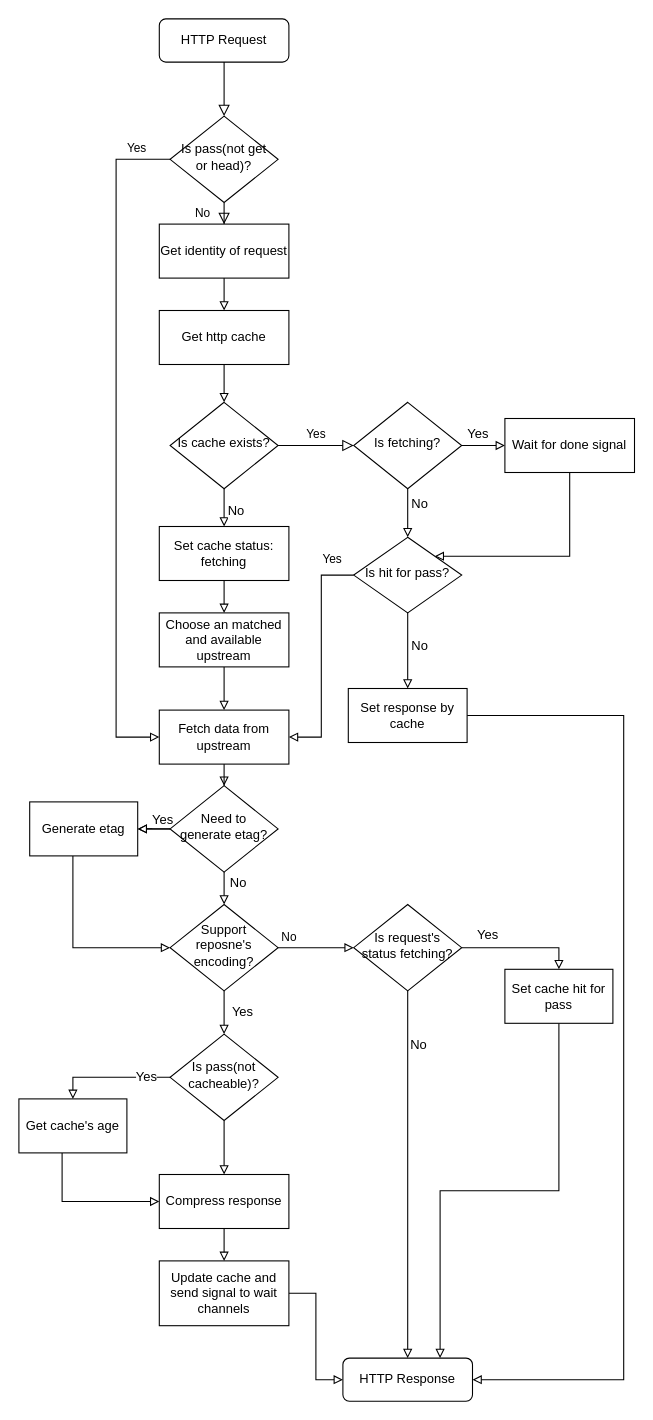
vicanso/pike keeps this draw.io diagram as docs/flow.drawio. Above is the earlier version. Source tidied: cells renumbered, new cells numbered last; positions are measured from the earlier drawing's top-left corner, leaving out a move shared by most shapes. Both pictures are drawn from the tidied source at 108%, with x=0, y=0 at pixel (18, 18).
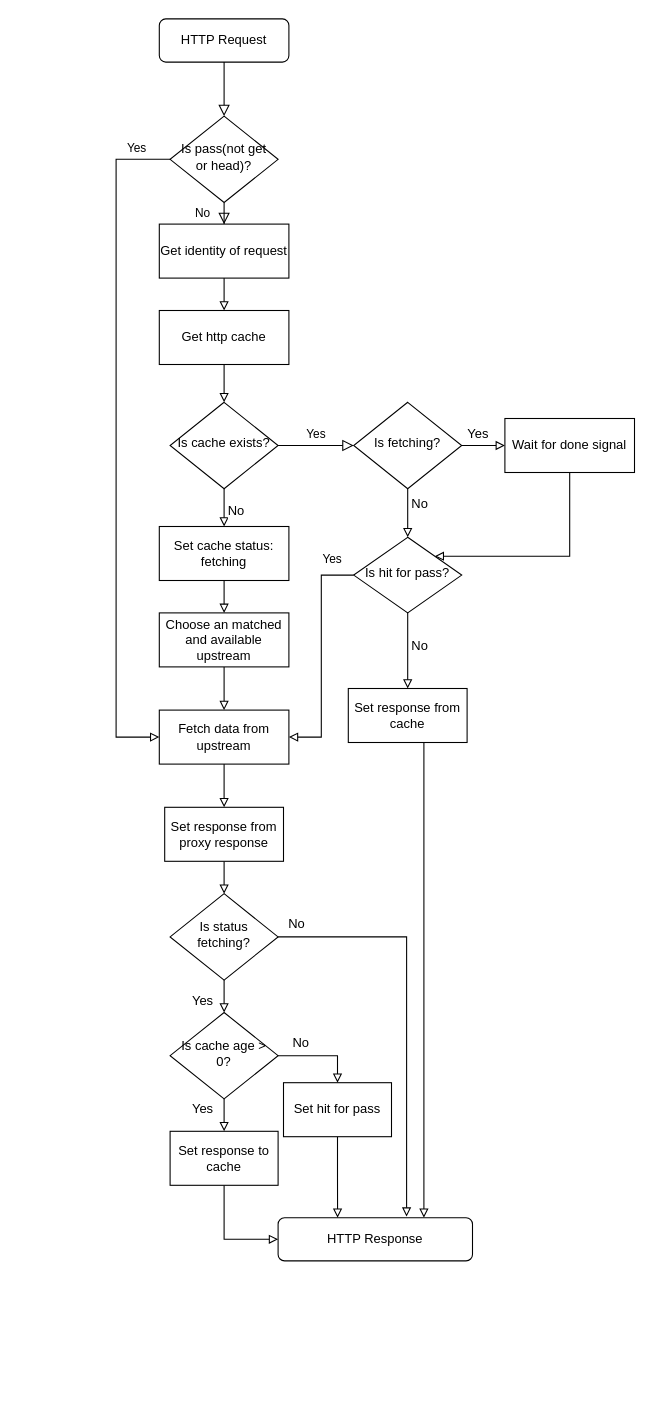
The same page after the edit.

The change refers to these unchanged cells:
```xml
<mxCell id="20" value="Fetch data from upstream" style="rounded=0;whiteSpace=wrap;html=1;" parent="1" vertex="1">
  <mxGeometry x="130" y="640" width="120" height="50" as="geometry" />
</mxCell>
```

Diff of the diagram source:
```diff
@@
-    <mxCell id="11" value="HTTP Response" style="rounded=1;whiteSpace=wrap;html=1;fontSize=12;glass=0;strokeWidth=1;shadow=0;" parent="1" vertex="1">
-      <mxGeometry x="300" y="1240" width="120" height="40" as="geometry" />
-    </mxCell>
@@
-    <mxCell id="19" style="edgeStyle=orthogonalEdgeStyle;rounded=0;jettySize=auto;html=1;exitX=0.5;exitY=1;exitDx=0;exitDy=0;endArrow=block;endFill=0;" parent="1" edge="1" source="20" target="42">
-      <mxGeometry relative="1" as="geometry" />
-    </mxCell>
+    <mxCell id="66" style="edgeStyle=orthogonalEdgeStyle;rounded=0;jettySize=auto;html=1;endArrow=block;endFill=0;" parent="1" edge="1" source="20" target="68">
+      <mxGeometry relative="1" as="geometry" />
+    </mxCell>
@@
-    <mxCell id="21" style="edgeStyle=orthogonalEdgeStyle;rounded=0;jettySize=auto;html=1;entryX=0;entryY=0.5;entryDx=0;entryDy=0;endArrow=block;endFill=0;" parent="1" edge="1" source="22" target="11">
-      <mxGeometry relative="1" as="geometry" />
-    </mxCell>
-    <mxCell id="22" value="Update cache and send signal to wait channels" style="rounded=0;whiteSpace=wrap;html=1;" parent="1" vertex="1">
-      <mxGeometry x="130" y="1150" width="120" height="60" as="geometry" />
-    </mxCell>
@@
-    <mxCell id="37" style="edgeStyle=orthogonalEdgeStyle;rounded=0;jettySize=auto;html=1;endArrow=block;endFill=0;" parent="1" edge="1" source="42" target="44">
-      <mxGeometry relative="1" as="geometry" />
-    </mxCell>
-    <mxCell id="38" value="Yes" style="text;html=1;align=center;verticalAlign=middle;labelBackgroundColor=#ffffff;" parent="37" vertex="1">
-      <mxGeometry x="0.2" y="-3" relative="1" as="geometry">
-        <mxPoint x="2" y="-6" as="offset" />
-      </mxGeometry>
-    </mxCell>
-    <mxCell id="39" style="edgeStyle=orthogonalEdgeStyle;rounded=0;jettySize=auto;html=1;endArrow=block;endFill=0;" parent="1" edge="1" source="42" target="44">
-      <mxGeometry relative="1" as="geometry" />
-    </mxCell>
-    <mxCell id="40" style="edgeStyle=orthogonalEdgeStyle;rounded=0;jettySize=auto;html=1;endArrow=block;endFill=0;" parent="1" edge="1" source="42" target="48">
-      <mxGeometry relative="1" as="geometry" />
-    </mxCell>
-    <mxCell id="41" value="No" style="text;html=1;align=center;verticalAlign=middle;labelBackgroundColor=#ffffff;" parent="40" vertex="1">
-      <mxGeometry x="0.48" y="3" relative="1" as="geometry">
-        <mxPoint x="9" y="-8" as="offset" />
-      </mxGeometry>
-    </mxCell>
-    <mxCell id="42" value="Need to generate etag?" style="rhombus;whiteSpace=wrap;html=1;shadow=0;fontFamily=Helvetica;fontSize=12;align=center;strokeWidth=1;spacing=6;spacingTop=-4;" parent="1" vertex="1">
-      <mxGeometry x="140" y="710" width="100" height="80" as="geometry" />
-    </mxCell>
-    <mxCell id="43" style="edgeStyle=orthogonalEdgeStyle;rounded=0;jettySize=auto;html=1;entryX=0;entryY=0.5;entryDx=0;entryDy=0;endArrow=block;endFill=0;" parent="1" edge="1" source="44" target="48">
-      <mxGeometry relative="1" as="geometry">
-        <Array as="points">
-          <mxPoint x="50" y="860" />
-        </Array>
-      </mxGeometry>
-    </mxCell>
-    <mxCell id="44" value="Generate etag" style="rounded=0;whiteSpace=wrap;html=1;" parent="1" vertex="1">
-      <mxGeometry x="10" y="725" width="100" height="50" as="geometry" />
-    </mxCell>
-    <mxCell id="45" value="No" style="edgeStyle=orthogonalEdgeStyle;rounded=0;orthogonalLoop=1;jettySize=auto;html=1;exitX=1;exitY=0.5;exitDx=0;exitDy=0;entryX=0;entryY=0.5;entryDx=0;entryDy=0;endArrow=block;endFill=0;" parent="1" edge="1">
-      <mxGeometry x="-0.71" y="10" relative="1" as="geometry">
-        <mxPoint x="240" y="860" as="sourcePoint" />
-        <mxPoint x="310" y="860" as="targetPoint" />
-      </mxGeometry>
-    </mxCell>
-    <mxCell id="46" style="edgeStyle=orthogonalEdgeStyle;rounded=0;jettySize=auto;html=1;exitX=0.5;exitY=1;exitDx=0;exitDy=0;endArrow=block;endFill=0;" parent="1" edge="1" source="48" target="61">
-      <mxGeometry relative="1" as="geometry" />
-    </mxCell>
-    <mxCell id="47" value="Yes" style="text;html=1;align=center;verticalAlign=middle;labelBackgroundColor=#ffffff;" parent="46" vertex="1">
-      <mxGeometry x="-0.05" y="-1" relative="1" as="geometry">
-        <mxPoint x="17" as="offset" />
-      </mxGeometry>
-    </mxCell>
-    <mxCell id="48" value="Support reposne's encoding?" style="rhombus;whiteSpace=wrap;html=1;shadow=0;fontFamily=Helvetica;fontSize=12;align=center;strokeWidth=1;spacing=6;spacingTop=-4;" parent="1" vertex="1">
-      <mxGeometry x="140" y="820" width="100" height="80" as="geometry" />
-    </mxCell>
-    <mxCell id="49" style="edgeStyle=orthogonalEdgeStyle;rounded=0;jettySize=auto;html=1;exitX=0.5;exitY=1;exitDx=0;exitDy=0;endArrow=block;endFill=0;" parent="1" edge="1" source="53" target="11">
-      <mxGeometry relative="1" as="geometry" />
-    </mxCell>
-    <mxCell id="50" value="No" style="text;html=1;align=center;verticalAlign=middle;labelBackgroundColor=#ffffff;" parent="49" vertex="1">
-      <mxGeometry x="-0.65" y="3" relative="1" as="geometry">
-        <mxPoint x="6" y="-10" as="offset" />
-      </mxGeometry>
-    </mxCell>
-    <mxCell id="51" style="edgeStyle=orthogonalEdgeStyle;rounded=0;jettySize=auto;html=1;exitX=1;exitY=0.5;exitDx=0;exitDy=0;entryX=0.5;entryY=0;entryDx=0;entryDy=0;endArrow=block;endFill=0;" parent="1" edge="1" source="53" target="55">
-      <mxGeometry relative="1" as="geometry">
-        <Array as="points">
-          <mxPoint x="500" y="860" />
-        </Array>
-      </mxGeometry>
-    </mxCell>
-    <mxCell id="52" value="Yes" style="text;html=1;align=center;verticalAlign=middle;labelBackgroundColor=#ffffff;" parent="51" vertex="1">
-      <mxGeometry x="-0.58" relative="1" as="geometry">
-        <mxPoint y="-13" as="offset" />
-      </mxGeometry>
-    </mxCell>
-    <mxCell id="53" value="Is request's status fetching?" style="rhombus;whiteSpace=wrap;html=1;shadow=0;fontFamily=Helvetica;fontSize=12;align=center;strokeWidth=1;spacing=6;spacingTop=-4;" parent="1" vertex="1">
-      <mxGeometry x="310" y="820" width="100" height="80" as="geometry" />
-    </mxCell>
-    <mxCell id="54" style="edgeStyle=orthogonalEdgeStyle;rounded=0;jettySize=auto;html=1;entryX=0.75;entryY=0;entryDx=0;entryDy=0;endArrow=block;endFill=0;exitX=0.5;exitY=1;exitDx=0;exitDy=0;" parent="1" edge="1" source="55" target="11">
-      <mxGeometry relative="1" as="geometry" />
-    </mxCell>
-    <mxCell id="55" value="Set cache hit for pass" style="rounded=0;whiteSpace=wrap;html=1;" parent="1" vertex="1">
-      <mxGeometry x="450" y="880" width="100" height="50" as="geometry" />
-    </mxCell>
-    <mxCell id="56" style="edgeStyle=orthogonalEdgeStyle;rounded=0;jettySize=auto;html=1;exitX=1;exitY=0.5;exitDx=0;exitDy=0;endArrow=block;endFill=0;entryX=1;entryY=0.5;entryDx=0;entryDy=0;" parent="1" edge="1" source="57" target="11">
+    <mxCell id="56" style="edgeStyle=orthogonalEdgeStyle;rounded=0;jettySize=auto;html=1;entryX=0.75;entryY=0;entryDx=0;entryDy=0;endArrow=block;endFill=0;strokeColor=#000000;" parent="1" edge="1" source="57" target="11">
       <mxGeometry relative="1" as="geometry">
         <Array as="points">
-          <mxPoint x="560" y="645" />
-          <mxPoint x="560" y="1260" />
+          <mxPoint x="375" y="780" />
+          <mxPoint x="375" y="780" />
         </Array>
       </mxGeometry>
     </mxCell>
-    <mxCell id="57" value="Set response by cache" style="rounded=0;whiteSpace=wrap;html=1;" parent="1" vertex="1">
+    <mxCell id="57" value="Set response from cache" style="rounded=0;whiteSpace=wrap;html=1;" parent="1" vertex="1">
       <mxGeometry x="305" y="620" width="110" height="50" as="geometry" />
     </mxCell>
-    <mxCell id="58" style="edgeStyle=orthogonalEdgeStyle;rounded=0;jettySize=auto;html=1;endArrow=block;endFill=0;entryX=0.5;entryY=0;entryDx=0;entryDy=0;" parent="1" edge="1" source="61" target="63">
-      <mxGeometry relative="1" as="geometry" />
-    </mxCell>
-    <mxCell id="59" value="Yes" style="text;html=1;align=center;verticalAlign=middle;labelBackgroundColor=#ffffff;" parent="58" vertex="1">
-      <mxGeometry x="-0.2" y="-1" relative="1" as="geometry">
-        <mxPoint x="21" as="offset" />
-      </mxGeometry>
-    </mxCell>
-    <mxCell id="60" style="edgeStyle=orthogonalEdgeStyle;rounded=0;jettySize=auto;html=1;entryX=0.5;entryY=0;entryDx=0;entryDy=0;endArrow=block;endFill=0;" parent="1" edge="1" source="61" target="65">
-      <mxGeometry relative="1" as="geometry" />
-    </mxCell>
-    <mxCell id="61" value="Is pass(not cacheable)?" style="rhombus;whiteSpace=wrap;html=1;shadow=0;fontFamily=Helvetica;fontSize=12;align=center;strokeWidth=1;spacing=6;spacingTop=-4;" parent="1" vertex="1">
-      <mxGeometry x="140" y="940" width="100" height="80" as="geometry" />
-    </mxCell>
-    <mxCell id="62" style="edgeStyle=orthogonalEdgeStyle;rounded=0;jettySize=auto;html=1;entryX=0;entryY=0.5;entryDx=0;entryDy=0;endArrow=block;endFill=0;" parent="1" edge="1" source="63" target="65">
-      <mxGeometry relative="1" as="geometry">
-        <Array as="points">
-          <mxPoint x="40" y="1095" />
-        </Array>
-      </mxGeometry>
-    </mxCell>
-    <mxCell id="63" value="Get cache's age" style="rounded=0;whiteSpace=wrap;html=1;" parent="1" vertex="1">
-      <mxGeometry y="1000" width="100" height="50" as="geometry" />
-    </mxCell>
-    <mxCell id="64" style="edgeStyle=orthogonalEdgeStyle;rounded=0;jettySize=auto;html=1;endArrow=block;endFill=0;" parent="1" edge="1" source="65" target="22">
-      <mxGeometry relative="1" as="geometry" />
-    </mxCell>
-    <mxCell id="65" value="Compress response" style="rounded=0;whiteSpace=wrap;html=1;" parent="1" vertex="1">
-      <mxGeometry x="130" y="1070" width="120" height="50" as="geometry" />
-    </mxCell>
+    <mxCell id="67" style="edgeStyle=orthogonalEdgeStyle;rounded=0;jettySize=auto;html=1;endArrow=block;endFill=0;strokeColor=#000000;" parent="1" edge="1" source="68" target="71">
+      <mxGeometry relative="1" as="geometry" />
+    </mxCell>
+    <mxCell id="68" value="Set response from proxy response" style="rounded=0;whiteSpace=wrap;html=1;" parent="1" vertex="1">
+      <mxGeometry x="135" y="730" width="110" height="50" as="geometry" />
+    </mxCell>
+    <mxCell id="69" style="edgeStyle=orthogonalEdgeStyle;rounded=0;jettySize=auto;html=1;endArrow=block;endFill=0;strokeColor=#000000;" parent="1" edge="1" source="71" target="75">
+      <mxGeometry relative="1" as="geometry" />
+    </mxCell>
+    <mxCell id="70" style="edgeStyle=orthogonalEdgeStyle;rounded=0;jettySize=auto;html=1;exitX=1;exitY=0.5;exitDx=0;exitDy=0;endArrow=block;endFill=0;strokeColor=#000000;entryX=0.661;entryY=-0.025;entryDx=0;entryDy=0;entryPerimeter=0;" parent="1" edge="1" source="71" target="11">
+      <mxGeometry relative="1" as="geometry" />
+    </mxCell>
+    <mxCell id="71" value="Is status fetching?" style="rhombus;whiteSpace=wrap;html=1;shadow=0;fontFamily=Helvetica;fontSize=12;align=center;strokeWidth=1;spacing=6;spacingTop=-4;" parent="1" vertex="1">
+      <mxGeometry x="140" y="810" width="100" height="80" as="geometry" />
+    </mxCell>
+    <mxCell id="72" value="Yes" style="text;html=1;align=center;verticalAlign=middle;" parent="1" vertex="1">
+      <mxGeometry x="150" y="900" width="40" height="20" as="geometry" />
+    </mxCell>
+    <mxCell id="73" style="edgeStyle=orthogonalEdgeStyle;rounded=0;jettySize=auto;html=1;endArrow=block;endFill=0;strokeColor=#000000;" parent="1" edge="1" source="75" target="77">
+      <mxGeometry relative="1" as="geometry" />
+    </mxCell>
+    <mxCell id="74" style="edgeStyle=orthogonalEdgeStyle;rounded=0;jettySize=auto;html=1;entryX=0.5;entryY=0;entryDx=0;entryDy=0;endArrow=block;endFill=0;strokeColor=#000000;" parent="1" edge="1" source="75" target="82">
+      <mxGeometry relative="1" as="geometry" />
+    </mxCell>
+    <mxCell id="75" value="Is cache age &amp;gt; 0?" style="rhombus;whiteSpace=wrap;html=1;shadow=0;fontFamily=Helvetica;fontSize=12;align=center;strokeWidth=1;spacing=6;spacingTop=-4;" parent="1" vertex="1">
+      <mxGeometry x="140" y="920" width="100" height="80" as="geometry" />
+    </mxCell>
+    <mxCell id="76" style="edgeStyle=orthogonalEdgeStyle;rounded=0;jettySize=auto;html=1;entryX=0;entryY=0.5;entryDx=0;entryDy=0;endArrow=block;endFill=0;strokeColor=#000000;" parent="1" edge="1" source="77" target="11">
+      <mxGeometry relative="1" as="geometry" />
+    </mxCell>
+    <mxCell id="77" value="Set response to cache" style="rounded=0;whiteSpace=wrap;html=1;" parent="1" vertex="1">
+      <mxGeometry x="140" y="1030" width="100" height="50" as="geometry" />
+    </mxCell>
+    <mxCell id="78" value="Yes" style="text;html=1;align=center;verticalAlign=middle;" parent="1" vertex="1">
+      <mxGeometry x="150" y="1000" width="40" height="20" as="geometry" />
+    </mxCell>
+    <mxCell id="11" value="HTTP Response" style="rounded=1;whiteSpace=wrap;html=1;fontSize=12;glass=0;strokeWidth=1;shadow=0;" parent="1" vertex="1">
+      <mxGeometry x="240" y="1110" width="180" height="40" as="geometry" />
+    </mxCell>
+    <mxCell id="79" value="No" style="text;html=1;align=center;verticalAlign=middle;labelBackgroundColor=#ffffff;" parent="1" vertex="1">
+      <mxGeometry x="380" y="590" as="geometry">
+        <mxPoint x="-124" y="247" as="offset" />
+      </mxGeometry>
+    </mxCell>
+    <mxCell id="80" value="No" style="text;html=1;align=center;verticalAlign=middle;labelBackgroundColor=#ffffff;" parent="1" vertex="1">
+      <mxGeometry x="384" y="700" as="geometry">
+        <mxPoint x="-124" y="247" as="offset" />
+      </mxGeometry>
+    </mxCell>
+    <mxCell id="81" style="edgeStyle=orthogonalEdgeStyle;rounded=0;jettySize=auto;html=1;entryX=0.306;entryY=0;entryDx=0;entryDy=0;entryPerimeter=0;endArrow=block;endFill=0;strokeColor=#000000;" parent="1" edge="1" source="82" target="11">
+      <mxGeometry relative="1" as="geometry" />
+    </mxCell>
+    <mxCell id="82" value="Set hit for pass" style="rounded=0;whiteSpace=wrap;html=1;" parent="1" vertex="1">
+      <mxGeometry x="245" y="985" width="100" height="50" as="geometry" />
+    </mxCell>
```
